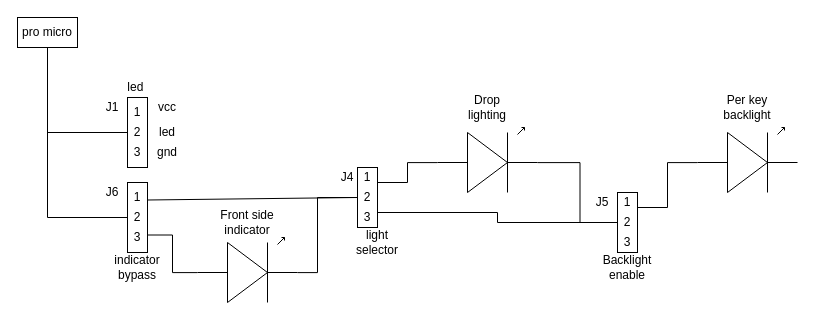
This is docs/images/build_guide_rgb/led-layout.drawio from josefadamcik/SofleKeyboard, a draw.io file, before an edit. Source tidied: cells renumbered, new cells numbered last; positions are measured from the earlier drawing's top-left corner, leaving out a move shared by most shapes. Both pictures are drawn from the tidied source at 100%, with x=0, y=0 at pixel (17, 17).
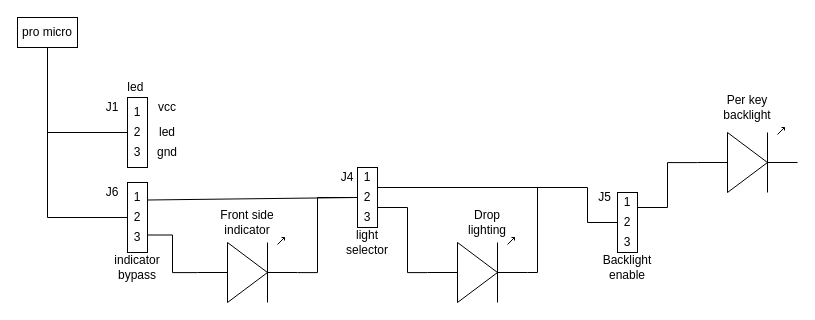
The same page after the edit.

Commit message (it also covers changes not shown here):
Fix diagram for LEDs

The change refers to these unchanged cells:
```xml
<mxCell id="5" style="verticalLabelPosition=bottom;shadow=0;dashed=0;align=center;html=1;verticalAlign=top;shape=mxgraph.electrical.opto_electronics.led_1;" parent="1" vertex="1">
  <mxGeometry x="680" y="110" width="100" height="65" as="geometry" />
</mxCell>
<mxCell id="14" style="rounded=0;whiteSpace=wrap;html=1;" parent="1" vertex="1">
  <mxGeometry x="340" y="150" width="20" height="60" as="geometry" />
</mxCell>
<mxCell id="23" style="rounded=0;whiteSpace=wrap;html=1;" parent="1" vertex="1">
  <mxGeometry x="600" y="175" width="20" height="60" as="geometry" />
</mxCell>
<mxCell id="42" value="2" style="text;html=1;strokeColor=none;fillColor=none;align=center;verticalAlign=middle;whiteSpace=wrap;rounded=0;" parent="1" vertex="1">
  <mxGeometry x="605" y="195" width="10" height="20" as="geometry" />
</mxCell>
```

Diff of the diagram source:
```diff
@@
-    <mxCell id="6" style="edgeStyle=orthogonalEdgeStyle;rounded=0;jettySize=auto;html=1;exitX=1;exitY=0.54;exitDx=0;exitDy=0;exitPerimeter=0;entryX=0;entryY=0.5;entryDx=0;entryDy=0;endArrow=none;endFill=0;" parent="1" edge="1" source="7" target="42">
-      <mxGeometry relative="1" as="geometry" />
-    </mxCell>
     <mxCell id="7" style="verticalLabelPosition=bottom;shadow=0;dashed=0;align=center;html=1;verticalAlign=top;shape=mxgraph.electrical.opto_electronics.led_1;" parent="1" vertex="1">
-      <mxGeometry x="420" y="110" width="100" height="65" as="geometry" />
+      <mxGeometry x="410" y="220" width="100" height="65" as="geometry" />
     </mxCell>
@@
     <mxCell id="12" style="edgeStyle=orthogonalEdgeStyle;rounded=0;jettySize=auto;html=1;exitX=1;exitY=0.25;exitDx=0;exitDy=0;endArrow=none;endFill=0;entryX=0;entryY=0.54;entryDx=0;entryDy=0;entryPerimeter=0;" parent="1" edge="1" source="14" target="7">
-      <mxGeometry relative="1" as="geometry" />
+      <mxGeometry relative="1" as="geometry">
+        <Array as="points">
+          <mxPoint x="360" y="190" />
+          <mxPoint x="390" y="190" />
+          <mxPoint x="390" y="255" />
+        </Array>
+      </mxGeometry>
     </mxCell>
     <mxCell id="13" style="edgeStyle=orthogonalEdgeStyle;rounded=0;jettySize=auto;html=1;exitX=1;exitY=0.75;exitDx=0;exitDy=0;entryX=0;entryY=0.5;entryDx=0;entryDy=0;endArrow=none;endFill=0;" parent="1" edge="1" source="14" target="23">
-      <mxGeometry relative="1" as="geometry" />
+      <mxGeometry relative="1" as="geometry">
+        <Array as="points">
+          <mxPoint x="360" y="170" />
+          <mxPoint x="570" y="170" />
+          <mxPoint x="570" y="205" />
+        </Array>
+      </mxGeometry>
     </mxCell>
@@
     <mxCell id="20" value="light selector" style="text;html=1;strokeColor=none;fillColor=none;align=center;verticalAlign=middle;whiteSpace=wrap;rounded=0;" parent="1" vertex="1">
-      <mxGeometry x="330" y="215" width="60" height="20" as="geometry" />
+      <mxGeometry x="320" y="215" width="60" height="20" as="geometry" />
     </mxCell>
     <mxCell id="21" value="Drop lighting" style="text;html=1;strokeColor=none;fillColor=none;align=center;verticalAlign=middle;whiteSpace=wrap;rounded=0;" parent="1" vertex="1">
-      <mxGeometry x="450" y="80" width="40" height="20" as="geometry" />
+      <mxGeometry x="450" y="195" width="40" height="20" as="geometry" />
     </mxCell>
     <mxCell id="22" style="edgeStyle=orthogonalEdgeStyle;rounded=0;jettySize=auto;html=1;exitX=1;exitY=0.25;exitDx=0;exitDy=0;entryX=0;entryY=0.54;entryDx=0;entryDy=0;entryPerimeter=0;endArrow=none;endFill=0;" parent="1" edge="1" source="23" target="5">
-      <mxGeometry relative="1" as="geometry" />
+      <mxGeometry relative="1" as="geometry">
+        <Array as="points">
+          <mxPoint x="650" y="190" />
+          <mxPoint x="650" y="145" />
+        </Array>
+      </mxGeometry>
     </mxCell>
@@
     <mxCell id="28" value="J5" style="text;html=1;strokeColor=none;fillColor=none;align=center;verticalAlign=middle;whiteSpace=wrap;rounded=0;" parent="1" vertex="1">
-      <mxGeometry x="565" y="175" width="40" height="20" as="geometry" />
+      <mxGeometry x="575" y="170" width="25" height="20" as="geometry" />
     </mxCell>
@@
+    <mxCell id="45" style="endArrow=none;html=1;" parent="1" edge="1">
+      <mxGeometry relative="1" as="geometry">
+        <mxPoint x="520" y="255" as="sourcePoint" />
+        <mxPoint x="520" y="170" as="targetPoint" />
+      </mxGeometry>
+    </mxCell>
+    <mxCell id="46" style="endArrow=none;html=1;" parent="1" edge="1">
+      <mxGeometry relative="1" as="geometry">
+        <mxPoint x="510" y="255" as="sourcePoint" />
+        <mxPoint x="520" y="255" as="targetPoint" />
+      </mxGeometry>
+    </mxCell>
```
